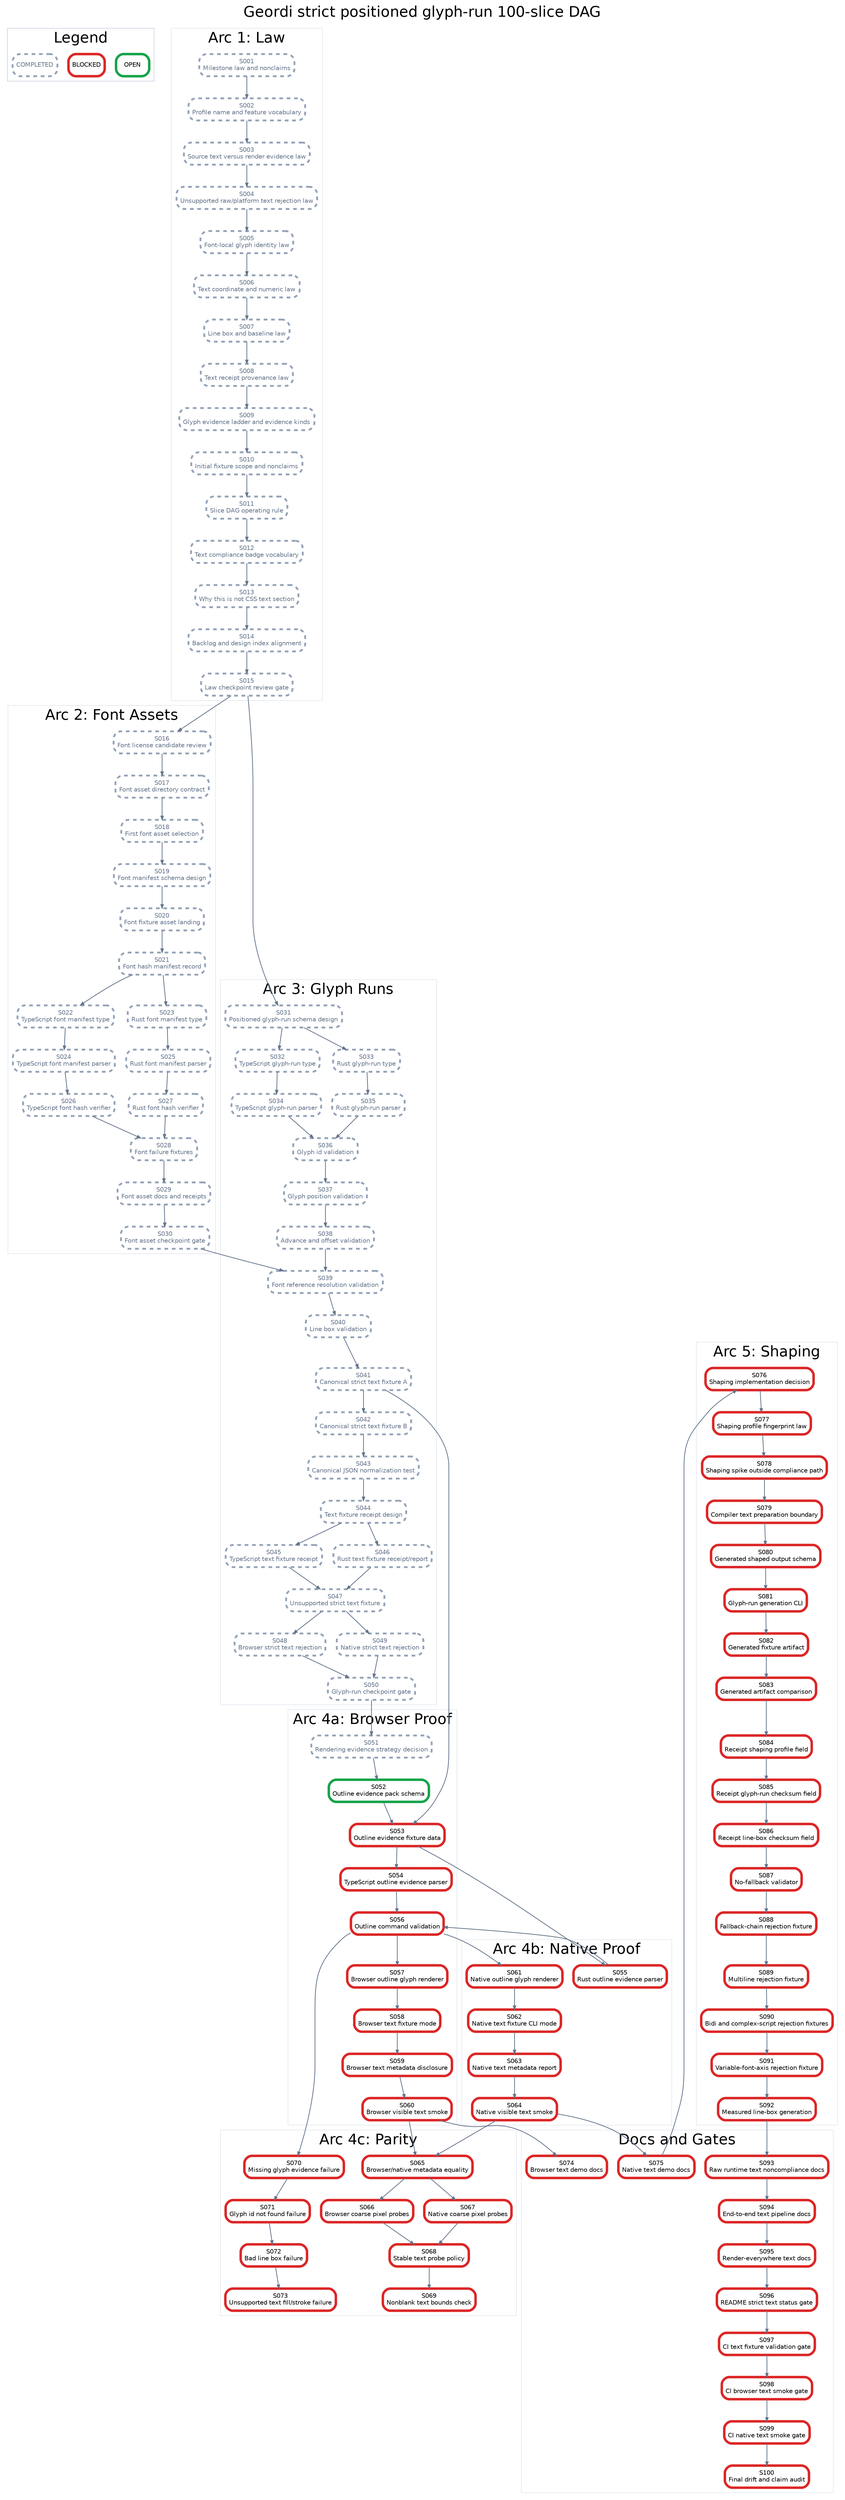
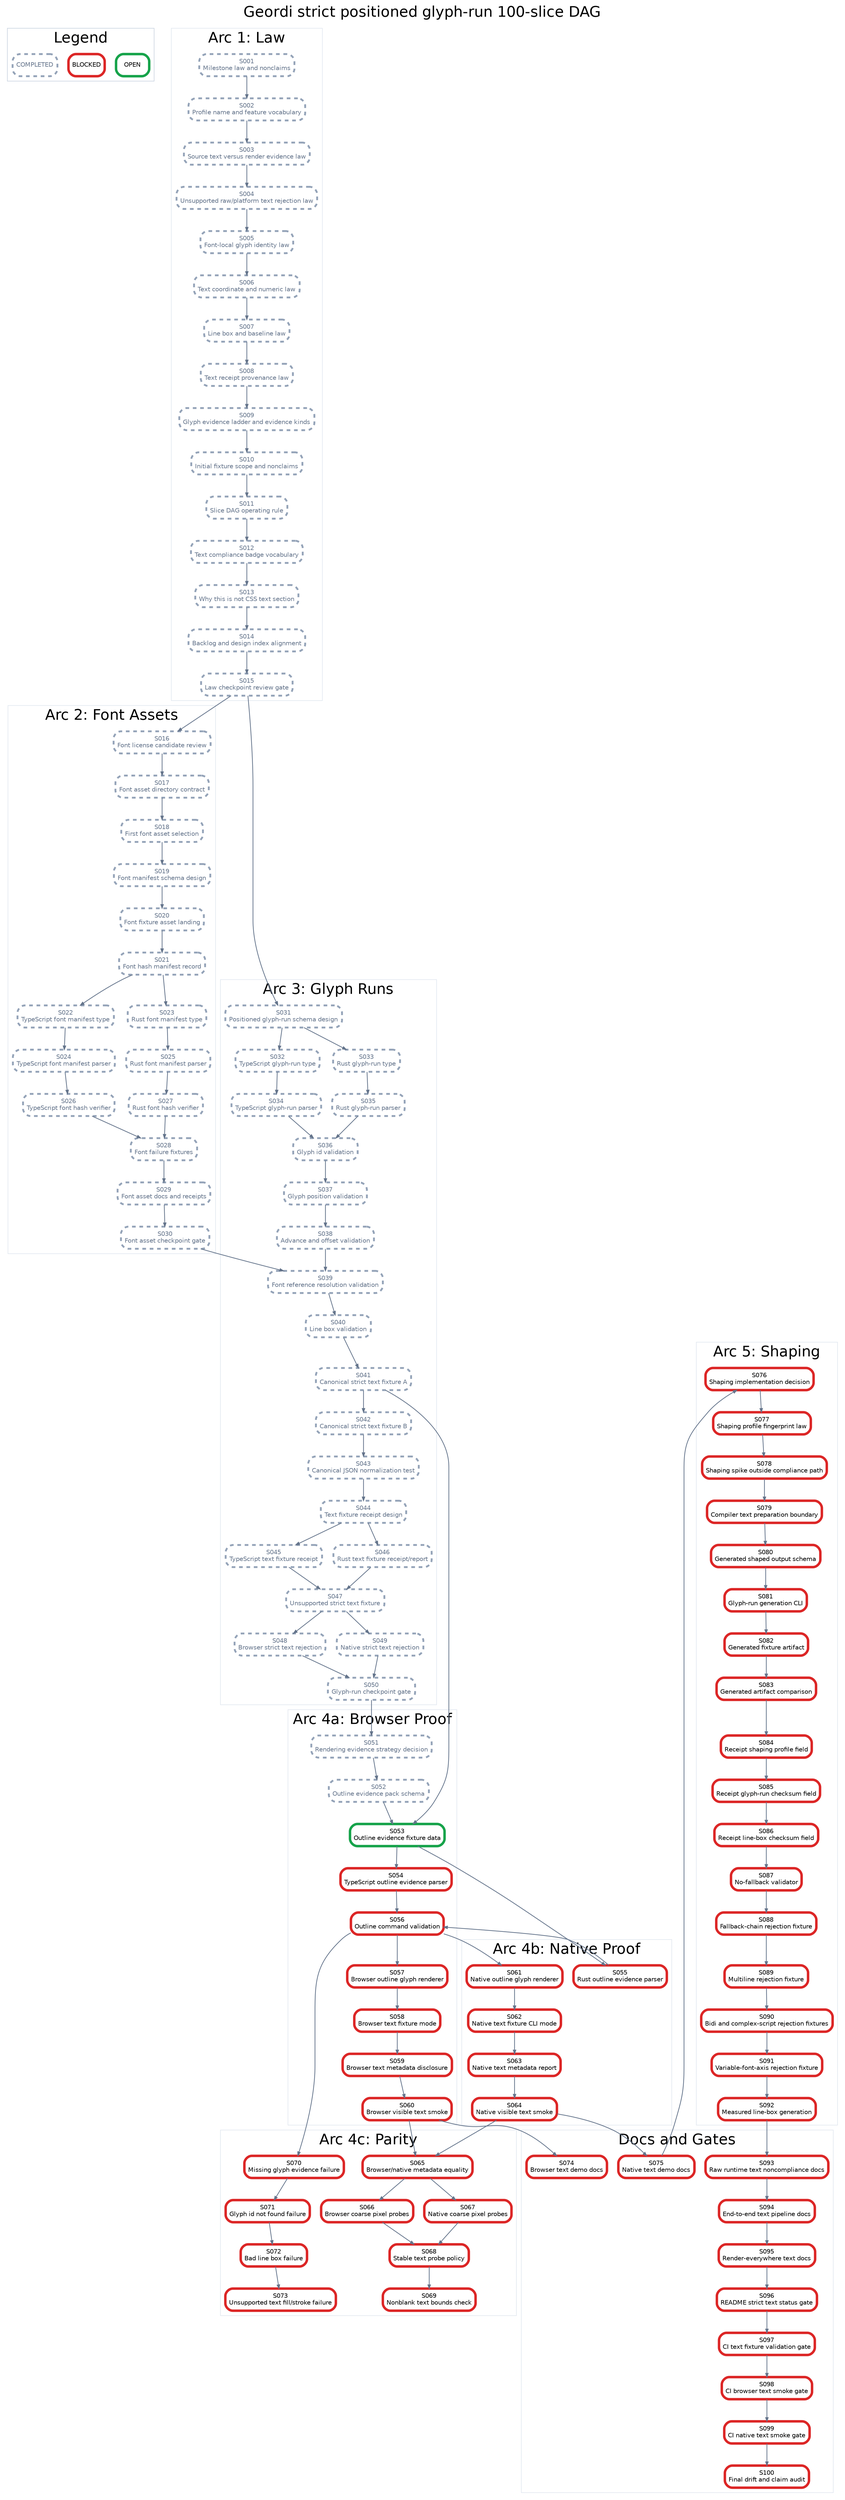
digraph StrictPositionedGlyphRunPlan {
  graph [rankdir=TB, bgcolor="white", fontname="Helvetica", label="Geordi strict positioned glyph-run 100-slice DAG", labelloc="t", fontsize=24];
  node [shape=box, style="rounded,filled", fillcolor="white", fontname="Helvetica", fontsize=10, margin="0.08,0.05"];
  edge [color="#64748b", arrowsize=0.6, penwidth=1.2];

  subgraph cluster_legend {
    label="Legend";
    color="#cbd5e1";
    legend_open [label="OPEN", color="#16a34a", penwidth=4];
    legend_blocked [label="BLOCKED", color="#dc2626", penwidth=4];
    legend_done [label="COMPLETED", color="#94a3b8", penwidth=3, style="rounded,filled,dashed", fontcolor="#64748b"];
  }

  subgraph cluster_law {
    label="Arc 1: Law";
    color="#e2e8f0";
    S001 [label="S001\nMilestone law and nonclaims", color="#94a3b8", penwidth=3, style="rounded,filled,dashed", fontcolor="#64748b"];
    S002 [label="S002\nProfile name and feature vocabulary", color="#94a3b8", penwidth=3, style="rounded,filled,dashed", fontcolor="#64748b"];
    S003 [label="S003\nSource text versus render evidence law", color="#94a3b8", penwidth=3, style="rounded,filled,dashed", fontcolor="#64748b"];
    S004 [label="S004\nUnsupported raw/platform text rejection law", color="#94a3b8", penwidth=3, style="rounded,filled,dashed", fontcolor="#64748b"];
    S005 [label="S005\nFont-local glyph identity law", color="#94a3b8", penwidth=3, style="rounded,filled,dashed", fontcolor="#64748b"];
    S006 [label="S006\nText coordinate and numeric law", color="#94a3b8", penwidth=3, style="rounded,filled,dashed", fontcolor="#64748b"];
    S007 [label="S007\nLine box and baseline law", color="#94a3b8", penwidth=3, style="rounded,filled,dashed", fontcolor="#64748b"];
    S008 [label="S008\nText receipt provenance law", color="#94a3b8", penwidth=3, style="rounded,filled,dashed", fontcolor="#64748b"];
    S009 [label="S009\nGlyph evidence ladder and evidence kinds", color="#94a3b8", penwidth=3, style="rounded,filled,dashed", fontcolor="#64748b"];
    S010 [label="S010\nInitial fixture scope and nonclaims", color="#94a3b8", penwidth=3, style="rounded,filled,dashed", fontcolor="#64748b"];
    S011 [label="S011\nSlice DAG operating rule", color="#94a3b8", penwidth=3, style="rounded,filled,dashed", fontcolor="#64748b"];
    S012 [label="S012\nText compliance badge vocabulary", color="#94a3b8", penwidth=3, style="rounded,filled,dashed", fontcolor="#64748b"];
    S013 [label="S013\nWhy this is not CSS text section", color="#94a3b8", penwidth=3, style="rounded,filled,dashed", fontcolor="#64748b"];
    S014 [label="S014\nBacklog and design index alignment", color="#94a3b8", penwidth=3, style="rounded,filled,dashed", fontcolor="#64748b"];
    S015 [label="S015\nLaw checkpoint review gate", color="#94a3b8", penwidth=3, style="rounded,filled,dashed", fontcolor="#64748b"];
  }

  subgraph cluster_assets {
    label="Arc 2: Font Assets";
    color="#e2e8f0";
    S016 [label="S016\nFont license candidate review", color="#94a3b8", penwidth=3, style="rounded,filled,dashed", fontcolor="#64748b"];
    S017 [label="S017\nFont asset directory contract", color="#94a3b8", penwidth=3, style="rounded,filled,dashed", fontcolor="#64748b"];
    S018 [label="S018\nFirst font asset selection", color="#94a3b8", penwidth=3, style="rounded,filled,dashed", fontcolor="#64748b"];
    S019 [label="S019\nFont manifest schema design", color="#94a3b8", penwidth=3, style="rounded,filled,dashed", fontcolor="#64748b"];
    S020 [label="S020\nFont fixture asset landing", color="#94a3b8", penwidth=3, style="rounded,filled,dashed", fontcolor="#64748b"];
    S021 [label="S021\nFont hash manifest record", color="#94a3b8", penwidth=3, style="rounded,filled,dashed", fontcolor="#64748b"];
    S022 [label="S022\nTypeScript font manifest type", color="#94a3b8", penwidth=3, style="rounded,filled,dashed", fontcolor="#64748b"];
    S023 [label="S023\nRust font manifest type", color="#94a3b8", penwidth=3, style="rounded,filled,dashed", fontcolor="#64748b"];
    S024 [label="S024\nTypeScript font manifest parser", color="#94a3b8", penwidth=3, style="rounded,filled,dashed", fontcolor="#64748b"];
    S025 [label="S025\nRust font manifest parser", color="#94a3b8", penwidth=3, style="rounded,filled,dashed", fontcolor="#64748b"];
    S026 [label="S026\nTypeScript font hash verifier", color="#94a3b8", penwidth=3, style="rounded,filled,dashed", fontcolor="#64748b"];
    S027 [label="S027\nRust font hash verifier", color="#94a3b8", penwidth=3, style="rounded,filled,dashed", fontcolor="#64748b"];
    S028 [label="S028\nFont failure fixtures", color="#94a3b8", penwidth=3, style="rounded,filled,dashed", fontcolor="#64748b"];
    S029 [label="S029\nFont asset docs and receipts", color="#94a3b8", penwidth=3, style="rounded,filled,dashed", fontcolor="#64748b"];
    S030 [label="S030\nFont asset checkpoint gate", color="#94a3b8", penwidth=3, style="rounded,filled,dashed", fontcolor="#64748b"];
  }

  subgraph cluster_glyph {
    label="Arc 3: Glyph Runs";
    color="#e2e8f0";
    S031 [label="S031\nPositioned glyph-run schema design", color="#94a3b8", penwidth=3, style="rounded,filled,dashed", fontcolor="#64748b"];
    S032 [label="S032\nTypeScript glyph-run type", color="#94a3b8", penwidth=3, style="rounded,filled,dashed", fontcolor="#64748b"];
    S033 [label="S033\nRust glyph-run type", color="#94a3b8", penwidth=3, style="rounded,filled,dashed", fontcolor="#64748b"];
    S034 [label="S034\nTypeScript glyph-run parser", color="#94a3b8", penwidth=3, style="rounded,filled,dashed", fontcolor="#64748b"];
    S035 [label="S035\nRust glyph-run parser", color="#94a3b8", penwidth=3, style="rounded,filled,dashed", fontcolor="#64748b"];
    S036 [label="S036\nGlyph id validation", color="#94a3b8", penwidth=3, style="rounded,filled,dashed", fontcolor="#64748b"];
    S037 [label="S037\nGlyph position validation", color="#94a3b8", penwidth=3, style="rounded,filled,dashed", fontcolor="#64748b"];
    S038 [label="S038\nAdvance and offset validation", color="#94a3b8", penwidth=3, style="rounded,filled,dashed", fontcolor="#64748b"];
    S039 [label="S039\nFont reference resolution validation", color="#94a3b8", penwidth=3, style="rounded,filled,dashed", fontcolor="#64748b"];
    S040 [label="S040\nLine box validation", color="#94a3b8", penwidth=3, style="rounded,filled,dashed", fontcolor="#64748b"];
    S041 [label="S041\nCanonical strict text fixture A", color="#94a3b8", penwidth=3, style="rounded,filled,dashed", fontcolor="#64748b"];
    S042 [label="S042\nCanonical strict text fixture B", color="#94a3b8", penwidth=3, style="rounded,filled,dashed", fontcolor="#64748b"];
    S043 [label="S043\nCanonical JSON normalization test", color="#94a3b8", penwidth=3, style="rounded,filled,dashed", fontcolor="#64748b"];
    S044 [label="S044\nText fixture receipt design", color="#94a3b8", penwidth=3, style="rounded,filled,dashed", fontcolor="#64748b"];
    S045 [label="S045\nTypeScript text fixture receipt", color="#94a3b8", penwidth=3, style="rounded,filled,dashed", fontcolor="#64748b"];
    S046 [label="S046\nRust text fixture receipt/report", color="#94a3b8", penwidth=3, style="rounded,filled,dashed", fontcolor="#64748b"];
    S047 [label="S047\nUnsupported strict text fixture", color="#94a3b8", penwidth=3, style="rounded,filled,dashed", fontcolor="#64748b"];
    S048 [label="S048\nBrowser strict text rejection", color="#94a3b8", penwidth=3, style="rounded,filled,dashed", fontcolor="#64748b"];
    S049 [label="S049\nNative strict text rejection", color="#94a3b8", penwidth=3, style="rounded,filled,dashed", fontcolor="#64748b"];
    S050 [label="S050\nGlyph-run checkpoint gate", color="#94a3b8", penwidth=3, style="rounded,filled,dashed", fontcolor="#64748b"];
  }

  subgraph cluster_browser {
    label="Arc 4a: Browser Proof";
    color="#e2e8f0";
    S051 [label="S051\nRendering evidence strategy decision", color="#94a3b8", penwidth=3, style="rounded,filled,dashed", fontcolor="#64748b"];
-     S052 [label="S052\nOutline evidence pack schema", color="#16a34a", penwidth=4];
-     S053 [label="S053\nOutline evidence fixture data", color="#dc2626", penwidth=4];
+     S052 [label="S052\nOutline evidence pack schema", color="#94a3b8", penwidth=3, style="rounded,filled,dashed", fontcolor="#64748b"];
+     S053 [label="S053\nOutline evidence fixture data", color="#16a34a", penwidth=4];
    S054 [label="S054\nTypeScript outline evidence parser", color="#dc2626", penwidth=4];
    S056 [label="S056\nOutline command validation", color="#dc2626", penwidth=4];
    S057 [label="S057\nBrowser outline glyph renderer", color="#dc2626", penwidth=4];
    S058 [label="S058\nBrowser text fixture mode", color="#dc2626", penwidth=4];
    S059 [label="S059\nBrowser text metadata disclosure", color="#dc2626", penwidth=4];
    S060 [label="S060\nBrowser visible text smoke", color="#dc2626", penwidth=4];
  }

  subgraph cluster_native {
    label="Arc 4b: Native Proof";
    color="#e2e8f0";
    S055 [label="S055\nRust outline evidence parser", color="#dc2626", penwidth=4];
    S061 [label="S061\nNative outline glyph renderer", color="#dc2626", penwidth=4];
    S062 [label="S062\nNative text fixture CLI mode", color="#dc2626", penwidth=4];
    S063 [label="S063\nNative text metadata report", color="#dc2626", penwidth=4];
    S064 [label="S064\nNative visible text smoke", color="#dc2626", penwidth=4];
  }

  subgraph cluster_parity {
    label="Arc 4c: Parity";
    color="#e2e8f0";
    S065 [label="S065\nBrowser/native metadata equality", color="#dc2626", penwidth=4];
    S066 [label="S066\nBrowser coarse pixel probes", color="#dc2626", penwidth=4];
    S067 [label="S067\nNative coarse pixel probes", color="#dc2626", penwidth=4];
    S068 [label="S068\nStable text probe policy", color="#dc2626", penwidth=4];
    S069 [label="S069\nNonblank text bounds check", color="#dc2626", penwidth=4];
    S070 [label="S070\nMissing glyph evidence failure", color="#dc2626", penwidth=4];
    S071 [label="S071\nGlyph id not found failure", color="#dc2626", penwidth=4];
    S072 [label="S072\nBad line box failure", color="#dc2626", penwidth=4];
    S073 [label="S073\nUnsupported text fill/stroke failure", color="#dc2626", penwidth=4];
  }

  subgraph cluster_shaping {
    label="Arc 5: Shaping";
    color="#e2e8f0";
    S076 [label="S076\nShaping implementation decision", color="#dc2626", penwidth=4];
    S077 [label="S077\nShaping profile fingerprint law", color="#dc2626", penwidth=4];
    S078 [label="S078\nShaping spike outside compliance path", color="#dc2626", penwidth=4];
    S079 [label="S079\nCompiler text preparation boundary", color="#dc2626", penwidth=4];
    S080 [label="S080\nGenerated shaped output schema", color="#dc2626", penwidth=4];
    S081 [label="S081\nGlyph-run generation CLI", color="#dc2626", penwidth=4];
    S082 [label="S082\nGenerated fixture artifact", color="#dc2626", penwidth=4];
    S083 [label="S083\nGenerated artifact comparison", color="#dc2626", penwidth=4];
    S084 [label="S084\nReceipt shaping profile field", color="#dc2626", penwidth=4];
    S085 [label="S085\nReceipt glyph-run checksum field", color="#dc2626", penwidth=4];
    S086 [label="S086\nReceipt line-box checksum field", color="#dc2626", penwidth=4];
    S087 [label="S087\nNo-fallback validator", color="#dc2626", penwidth=4];
    S088 [label="S088\nFallback-chain rejection fixture", color="#dc2626", penwidth=4];
    S089 [label="S089\nMultiline rejection fixture", color="#dc2626", penwidth=4];
    S090 [label="S090\nBidi and complex-script rejection fixtures", color="#dc2626", penwidth=4];
    S091 [label="S091\nVariable-font-axis rejection fixture", color="#dc2626", penwidth=4];
    S092 [label="S092\nMeasured line-box generation", color="#dc2626", penwidth=4];
  }

  subgraph cluster_docs {
    label="Docs and Gates";
    color="#e2e8f0";
    S074 [label="S074\nBrowser text demo docs", color="#dc2626", penwidth=4];
    S075 [label="S075\nNative text demo docs", color="#dc2626", penwidth=4];
    S093 [label="S093\nRaw runtime text noncompliance docs", color="#dc2626", penwidth=4];
    S094 [label="S094\nEnd-to-end text pipeline docs", color="#dc2626", penwidth=4];
    S095 [label="S095\nRender-everywhere text docs", color="#dc2626", penwidth=4];
    S096 [label="S096\nREADME strict text status gate", color="#dc2626", penwidth=4];
    S097 [label="S097\nCI text fixture validation gate", color="#dc2626", penwidth=4];
    S098 [label="S098\nCI browser text smoke gate", color="#dc2626", penwidth=4];
    S099 [label="S099\nCI native text smoke gate", color="#dc2626", penwidth=4];
    S100 [label="S100\nFinal drift and claim audit", color="#dc2626", penwidth=4];
  }

  S001 -> S002;
  S002 -> S003;
  S003 -> S004;
  S004 -> S005;
  S005 -> S006;
  S006 -> S007;
  S007 -> S008;
  S008 -> S009;
  S009 -> S010;
  S010 -> S011;
  S011 -> S012;
  S012 -> S013;
  S013 -> S014;
  S014 -> S015;
  S015 -> S016;
  S016 -> S017;
  S017 -> S018;
  S018 -> S019;
  S019 -> S020;
  S020 -> S021;
  S021 -> S022;
  S021 -> S023;
  S022 -> S024;
  S023 -> S025;
  S024 -> S026;
  S025 -> S027;
  S026 -> S028;
  S027 -> S028;
  S028 -> S029;
  S029 -> S030;
  S015 -> S031;
  S031 -> S032;
  S031 -> S033;
  S032 -> S034;
  S033 -> S035;
  S034 -> S036;
  S035 -> S036;
  S036 -> S037;
  S037 -> S038;
  S038 -> S039;
  S039 -> S040;
  S030 -> S039;
  S040 -> S041;
  S041 -> S042;
  S042 -> S043;
  S043 -> S044;
  S044 -> S045;
  S044 -> S046;
  S045 -> S047;
  S046 -> S047;
  S047 -> S048;
  S047 -> S049;
  S048 -> S050;
  S049 -> S050;
  S050 -> S051;
  S051 -> S052;
  S052 -> S053;
  S041 -> S053;
  S053 -> S054;
  S053 -> S055;
  S054 -> S056;
  S055 -> S056;
  S056 -> S057;
  S057 -> S058;
  S058 -> S059;
  S059 -> S060;
  S056 -> S061;
  S061 -> S062;
  S062 -> S063;
  S063 -> S064;
  S060 -> S065;
  S064 -> S065;
  S065 -> S066;
  S065 -> S067;
  S066 -> S068;
  S067 -> S068;
  S068 -> S069;
  S056 -> S070;
  S070 -> S071;
  S071 -> S072;
  S072 -> S073;
  S060 -> S074;
  S064 -> S075;
  S075 -> S076;
  S076 -> S077;
  S077 -> S078;
  S078 -> S079;
  S079 -> S080;
  S080 -> S081;
  S081 -> S082;
  S082 -> S083;
  S083 -> S084;
  S084 -> S085;
  S085 -> S086;
  S086 -> S087;
  S087 -> S088;
  S088 -> S089;
  S089 -> S090;
  S090 -> S091;
  S091 -> S092;
  S092 -> S093;
  S093 -> S094;
  S094 -> S095;
  S095 -> S096;
  S096 -> S097;
  S097 -> S098;
  S098 -> S099;
  S099 -> S100;
}
